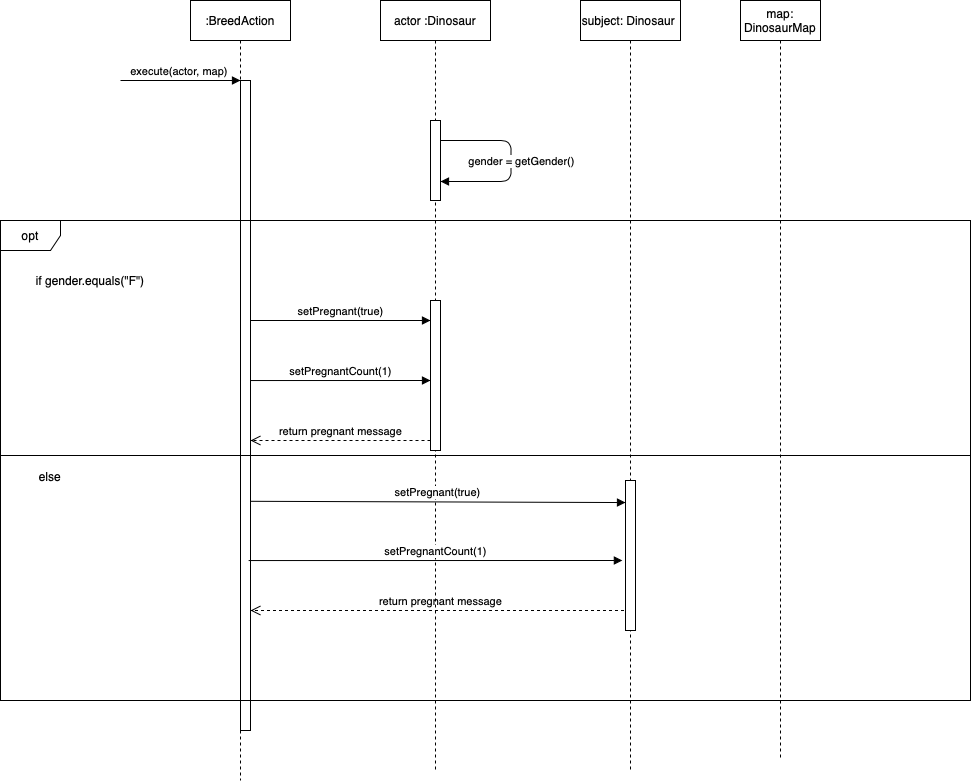
This is assignment_workings/BreedAction.execute.png from mltw/fit2099-jurassic-park-2021, a draw.io export, as it was before one commit. Source tidied: cells renumbered, new cells last; positions are measured from the earlier drawing's top-left corner, leaving out a move shared by most shapes.
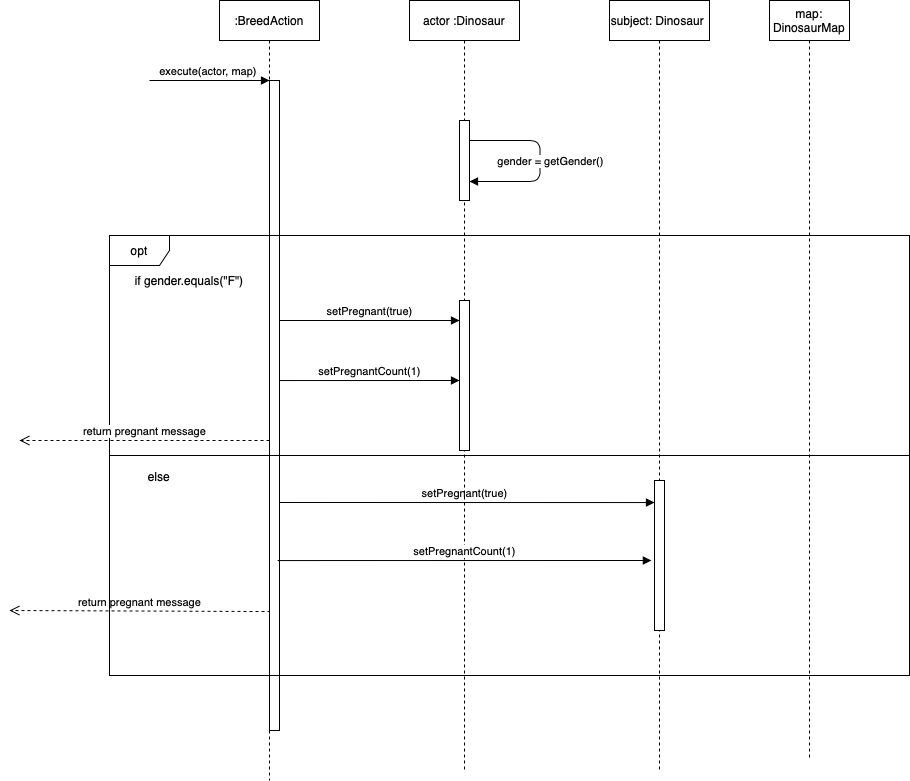
After the commit.

Commit message:
update BreedAction.execute sequence diagram

The edit, as a diff of the source:
```diff
@@ -2,9 +2,14 @@
   <root>
     <mxCell id="0" />
     <mxCell id="1" parent="0" />
+    <mxCell id="19" value="setPregnant(true)" style="html=1;verticalAlign=bottom;endArrow=block;entryX=0;entryY=0.147;entryDx=0;entryDy=0;entryPerimeter=0;" parent="1" edge="1" target="18">
+      <mxGeometry relative="1" as="geometry">
+        <mxPoint x="245" y="502" as="sourcePoint" />
+      </mxGeometry>
+    </mxCell>
-    <mxCell id="2" value="return pregnant message" style="html=1;verticalAlign=bottom;endArrow=open;dashed=1;endSize=8;" parent="1" edge="1" source="17">
+    <mxCell id="2" value="return pregnant message" style="html=1;verticalAlign=bottom;endArrow=open;dashed=1;endSize=8;exitX=0.1;exitY=0.817;exitDx=0;exitDy=0;exitPerimeter=0;" parent="1" edge="1" source="4">
       <mxGeometry relative="1" as="geometry">
-        <mxPoint x="250" y="610" as="targetPoint" />
+        <mxPoint x="-20" y="610" as="targetPoint" />
       </mxGeometry>
     </mxCell>
     <mxCell id="3" value=":BreedAction" style="shape=umlLifeline;perimeter=lifelinePerimeter;whiteSpace=wrap;html=1;" parent="1" vertex="1">
@@ -26,10 +31,10 @@
       <mxGeometry x="50" y="120" width="10" height="80" as="geometry" />
     </mxCell>
     <mxCell id="8" value="opt" style="shape=umlFrame;whiteSpace=wrap;html=1;" parent="1" vertex="1">
-      <mxGeometry y="220" width="970" height="480" as="geometry" />
+      <mxGeometry x="80" y="235" width="800" height="440" as="geometry" />
     </mxCell>
     <mxCell id="9" value="if gender.equals(&quot;F&quot;)" style="text;html=1;strokeColor=none;fillColor=none;align=center;verticalAlign=middle;whiteSpace=wrap;rounded=0;" parent="1" vertex="1">
-      <mxGeometry x="10" y="240" width="160" height="80" as="geometry" />
+      <mxGeometry x="80" y="240" width="160" height="80" as="geometry" />
     </mxCell>
     <mxCell id="10" value="&lt;font face=&quot;helvetica&quot;&gt;gender = getGender()&lt;/font&gt;" style="html=1;verticalAlign=bottom;endArrow=block;" parent="1" edge="1">
       <mxGeometry x="0.1" y="10" relative="1" as="geometry">
@@ -57,15 +62,15 @@
     </mxCell>
     <mxCell id="14" value="return pregnant message" style="html=1;verticalAlign=bottom;endArrow=open;dashed=1;endSize=8;" parent="1" edge="1">
       <mxGeometry relative="1" as="geometry">
-        <mxPoint x="430" y="440" as="sourcePoint" />
-        <mxPoint x="250" y="440" as="targetPoint" />
+        <mxPoint x="240" y="440" as="sourcePoint" />
+        <mxPoint x="-10" y="440" as="targetPoint" />
       </mxGeometry>
     </mxCell>
     <mxCell id="15" style="line;strokeWidth=1;fillColor=none;align=left;verticalAlign=middle;spacingTop=-1;spacingLeft=3;spacingRight=3;labelPosition=right;" parent="1" vertex="1">
-      <mxGeometry y="451" width="970" height="8" as="geometry" />
+      <mxGeometry x="80" y="451" width="800" height="8" as="geometry" />
     </mxCell>
     <mxCell id="16" value="else" style="text;html=1;strokeColor=none;fillColor=none;align=center;verticalAlign=middle;whiteSpace=wrap;rounded=0;" parent="1" vertex="1">
-      <mxGeometry y="451" width="100" height="50" as="geometry" />
+      <mxGeometry x="80" y="451" width="100" height="50" as="geometry" />
     </mxCell>
     <mxCell id="17" value="subject: Dinosaur&amp;nbsp;" style="shape=umlLifeline;perimeter=lifelinePerimeter;whiteSpace=wrap;html=1;outlineConnect=0;" parent="1" vertex="1">
       <mxGeometry x="580" width="100" height="770" as="geometry" />
@@ -73,9 +78,6 @@
     <mxCell id="18" style="html=1;points=[];perimeter=orthogonalPerimeter;" parent="17" vertex="1">
       <mxGeometry x="45" y="480" width="10" height="150" as="geometry" />
     </mxCell>
-    <mxCell id="19" value="setPregnant(true)" style="html=1;verticalAlign=bottom;endArrow=block;entryX=0;entryY=0.147;entryDx=0;entryDy=0;entryPerimeter=0;exitX=0.258;exitY=0.585;exitDx=0;exitDy=0;exitPerimeter=0;" parent="1" edge="1" source="8" target="18">
-      <mxGeometry relative="1" as="geometry" />
-    </mxCell>
     <mxCell id="20" value="setPregnantCount(1)" style="html=1;verticalAlign=bottom;endArrow=block;entryX=-0.1;entryY=0.525;entryDx=0;entryDy=0;entryPerimeter=0;exitX=0.258;exitY=0.511;exitDx=0;exitDy=0;exitPerimeter=0;" parent="1" edge="1">
       <mxGeometry relative="1" as="geometry">
         <mxPoint x="248.1" y="560" as="sourcePoint" />
```
